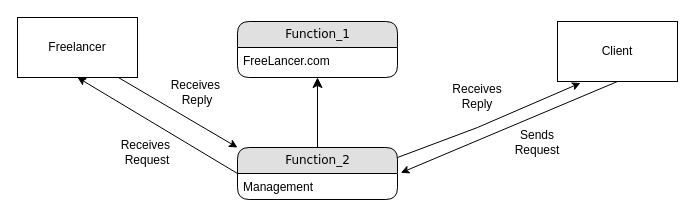
AgrawalTitiksha/Software-Engineering keeps this draw.io diagram as Untitled Diagram.drawio. Above is the earlier version. Source tidied: cells renumbered, new cells numbered last; positions are measured from the earlier drawing's top-left corner, leaving out a move shared by most shapes. Both pictures are drawn from the tidied source at 100%, with x=0, y=0 at pixel (17, 17).
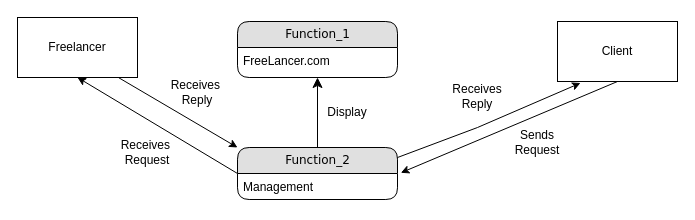
The same diagram, later.

The edit, as a diff of the source:
```diff
@@
 <mxGraphModel>
   <root>
     <mxCell id="0" />
     <mxCell id="1" parent="0" />
     <mxCell id="2" value="Function_1" style="swimlane;html=1;fontStyle=0;horizontal=1;startSize=26;fillColor=#e0e0e0;swimlaneFillColor=#ffffff;align=center;rounded=1;shadow=0;comic=0;labelBackgroundColor=none;strokeWidth=1;fontFamily=Verdana;fontSize=12;" parent="1" vertex="1">
       <mxGeometry x="220" y="4" width="160" height="56" as="geometry" />
     </mxCell>
     <mxCell id="3" value="FreeLancer.com" style="text;html=1;strokeColor=none;fillColor=none;spacingLeft=4;spacingRight=4;whiteSpace=wrap;overflow=hidden;" parent="2" vertex="1">
       <mxGeometry y="26" width="160" height="26" as="geometry" />
     </mxCell>
     <mxCell id="4" value="Function_2" style="swimlane;html=1;fontStyle=0;horizontal=1;startSize=26;fillColor=#e0e0e0;swimlaneFillColor=#ffffff;align=center;rounded=1;shadow=0;comic=0;labelBackgroundColor=none;strokeWidth=1;fontFamily=Verdana;fontSize=12;" parent="1" vertex="1">
       <mxGeometry x="220" y="130" width="160" height="52" as="geometry" />
     </mxCell>
     <mxCell id="5" value="Management&amp;nbsp;" style="text;html=1;strokeColor=none;fillColor=none;spacingLeft=4;spacingRight=4;whiteSpace=wrap;overflow=hidden;points=[[0,0.5],[1,0.5]];portConstraint=eastwest;" parent="4" vertex="1">
       <mxGeometry y="26" width="160" height="26" as="geometry" />
     </mxCell>
     <mxCell id="6" style="edgeStyle=orthogonalEdgeStyle;html=1;labelBackgroundColor=none;startFill=0;startSize=8;endFill=1;endSize=8;fontFamily=Verdana;fontSize=12;exitX=0.5;exitY=0;exitDx=0;exitDy=0;entryX=0.5;entryY=1;entryDx=0;entryDy=0;" parent="1" edge="1" source="4" target="2">
       <mxGeometry relative="1" as="geometry" />
     </mxCell>
     <mxCell id="7" value="Client" style="rounded=0;whiteSpace=wrap;html=1;" parent="1" vertex="1">
       <mxGeometry x="540" y="4" width="120" height="60" as="geometry" />
     </mxCell>
     <mxCell id="8" value="Sends Request" style="text;html=1;strokeColor=none;fillColor=none;align=center;verticalAlign=middle;whiteSpace=wrap;rounded=0;" parent="1" vertex="1">
       <mxGeometry x="490" y="110" width="60" height="30" as="geometry" />
     </mxCell>
     <mxCell id="9" value="Receives Reply" style="text;html=1;strokeColor=none;fillColor=none;align=center;verticalAlign=middle;whiteSpace=wrap;rounded=0;" parent="1" vertex="1">
       <mxGeometry x="430" y="64" width="60" height="30" as="geometry" />
     </mxCell>
     <mxCell id="10" style="endArrow=classic;html=1;rounded=0;entryX=0.5;entryY=1;entryDx=0;entryDy=0;exitX=0;exitY=0.5;exitDx=0;exitDy=0;" parent="1" edge="1" source="4" target="11">
       <mxGeometry relative="1" as="geometry" />
     </mxCell>
     <mxCell id="11" value="Freelancer" style="rounded=0;whiteSpace=wrap;html=1;" parent="1" vertex="1">
       <mxGeometry width="120" height="60" as="geometry" />
     </mxCell>
     <mxCell id="12" value="Receives&amp;nbsp;&lt;br&gt;Request" style="text;html=1;strokeColor=none;fillColor=none;align=center;verticalAlign=middle;whiteSpace=wrap;rounded=0;" parent="1" vertex="1">
       <mxGeometry x="100" y="120" width="60" height="30" as="geometry" />
     </mxCell>
     <mxCell id="13" style="endArrow=classic;html=1;rounded=0;exitX=0.843;exitY=1.003;exitDx=0;exitDy=0;exitPerimeter=0;entryX=0;entryY=0;entryDx=0;entryDy=0;" parent="1" edge="1" source="11" target="4">
       <mxGeometry relative="1" as="geometry" />
     </mxCell>
     <mxCell id="14" value="Receives&amp;nbsp;&lt;br&gt;Reply" style="text;html=1;strokeColor=none;fillColor=none;align=center;verticalAlign=middle;whiteSpace=wrap;rounded=0;" parent="1" vertex="1">
       <mxGeometry x="150" y="60" width="60" height="30" as="geometry" />
     </mxCell>
     <mxCell id="15" style="endArrow=classic;html=1;rounded=0;exitX=0.5;exitY=1;exitDx=0;exitDy=0;entryX=1.021;entryY=-0.027;entryDx=0;entryDy=0;entryPerimeter=0;" parent="1" edge="1" source="7" target="5">
       <mxGeometry relative="1" as="geometry" />
     </mxCell>
     <mxCell id="16" style="endArrow=classic;html=1;rounded=0;entryX=0.192;entryY=1.025;entryDx=0;entryDy=0;entryPerimeter=0;" parent="1" edge="1" target="7">
       <mxGeometry relative="1" as="geometry">
         <mxPoint x="380" y="140" as="sourcePoint" />
         <Array as="points">
           <mxPoint x="460" y="110" />
         </Array>
       </mxGeometry>
     </mxCell>
+    <mxCell id="17" value="Display" style="text;html=1;strokeColor=none;fillColor=none;align=center;verticalAlign=middle;whiteSpace=wrap;rounded=0;" parent="1" vertex="1">
+      <mxGeometry x="300" y="80" width="60" height="30" as="geometry" />
+    </mxCell>
   </root>
 </mxGraphModel>
```
